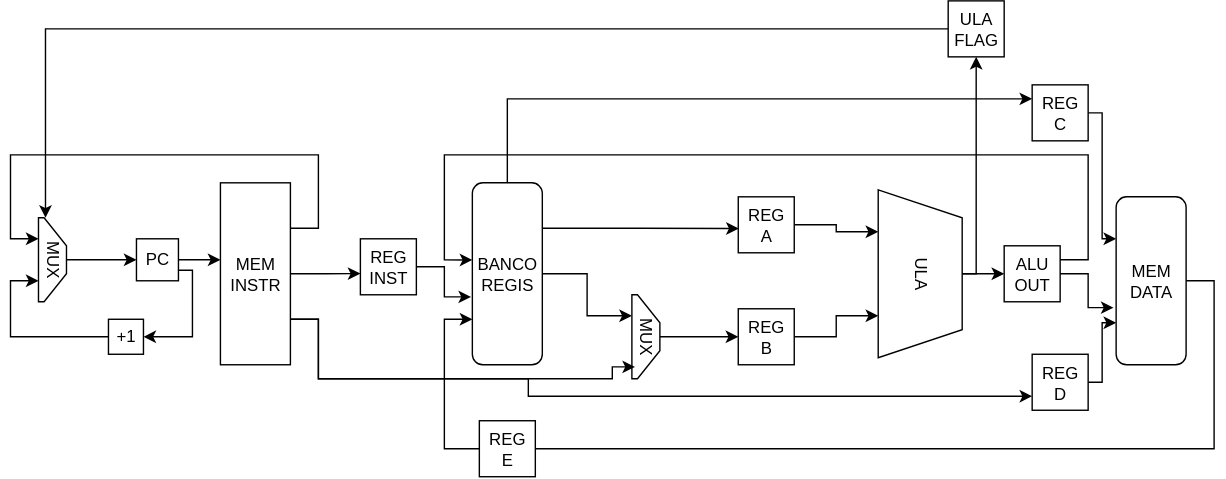
The draw.io diagram Diagrama-MIPS.svg in JoaoHenriquek/MIPS-16bits, before a commit. Source tidied: cells renumbered, new cells last; positions are measured from the earlier drawing's top-left corner, leaving out a move shared by most shapes. Source of this version:
```xml
<mxGraphModel>
  <root>
    <mxCell id="0" />
    <mxCell id="1" parent="0" />
    <mxCell id="2" style="edgeStyle=orthogonalEdgeStyle;rounded=0;jettySize=auto;html=1;exitX=1;exitY=0.75;exitDx=0;exitDy=0;entryX=1;entryY=0.5;entryDx=0;entryDy=0;" parent="1" edge="1" source="3" target="32">
      <mxGeometry relative="1" as="geometry">
        <Array as="points">
          <mxPoint x="130" y="193" />
          <mxPoint x="130" y="240" />
        </Array>
      </mxGeometry>
    </mxCell>
    <mxCell id="3" value="PC" style="whiteSpace=wrap;html=1;" parent="1" vertex="1">
      <mxGeometry x="90" y="170" width="30" height="30" as="geometry" />
    </mxCell>
    <mxCell id="4" style="edgeStyle=orthogonalEdgeStyle;rounded=0;jettySize=auto;html=1;exitX=1;exitY=0.25;exitDx=0;exitDy=0;entryX=0.25;entryY=1;entryDx=0;entryDy=0;" parent="1" edge="1" source="6" target="30">
      <mxGeometry relative="1" as="geometry">
        <Array as="points">
          <mxPoint x="220" y="163" />
          <mxPoint x="220" y="110" />
          <mxPoint y="110" />
          <mxPoint y="170" />
        </Array>
      </mxGeometry>
    </mxCell>
    <mxCell id="5" style="edgeStyle=orthogonalEdgeStyle;rounded=0;jettySize=auto;html=1;exitX=1;exitY=0.75;exitDx=0;exitDy=0;entryX=0;entryY=0.75;entryDx=0;entryDy=0;" parent="1" edge="1" source="6" target="36">
      <mxGeometry relative="1" as="geometry">
        <Array as="points">
          <mxPoint x="220" y="228" />
          <mxPoint x="220" y="270" />
          <mxPoint x="370" y="270" />
          <mxPoint x="370" y="282" />
        </Array>
      </mxGeometry>
    </mxCell>
    <mxCell id="6" value="MEM&lt;div&gt;INSTR&lt;/div&gt;" style="rounded=0;whiteSpace=wrap;html=1;" parent="1" vertex="1">
      <mxGeometry x="150" y="130" width="50" height="130" as="geometry" />
    </mxCell>
    <mxCell id="7" style="edgeStyle=orthogonalEdgeStyle;rounded=0;jettySize=auto;html=1;entryX=0.25;entryY=1;entryDx=0;entryDy=0;" parent="1" edge="1" source="9" target="11">
      <mxGeometry relative="1" as="geometry" />
    </mxCell>
    <mxCell id="8" style="edgeStyle=orthogonalEdgeStyle;rounded=0;jettySize=auto;html=1;entryX=0;entryY=0.25;entryDx=0;entryDy=0;" parent="1" edge="1" source="9" target="34">
      <mxGeometry relative="1" as="geometry">
        <Array as="points">
          <mxPoint x="355" y="70" />
        </Array>
      </mxGeometry>
    </mxCell>
    <mxCell id="9" value="BANCO&lt;div&gt;REGIS&lt;/div&gt;" style="rounded=1;whiteSpace=wrap;html=1;" parent="1" vertex="1">
      <mxGeometry x="330" y="130" width="50" height="130" as="geometry" />
    </mxCell>
    <mxCell id="10" style="edgeStyle=orthogonalEdgeStyle;rounded=0;jettySize=auto;html=1;exitX=0.5;exitY=0;exitDx=0;exitDy=0;entryX=0;entryY=0.5;entryDx=0;entryDy=0;" parent="1" edge="1" source="11" target="20">
      <mxGeometry relative="1" as="geometry" />
    </mxCell>
    <mxCell id="11" value="MUX" style="shape=loopLimit;whiteSpace=wrap;html=1;rotation=90;" parent="1" vertex="1">
      <mxGeometry x="424" y="230" width="60" height="20" as="geometry" />
    </mxCell>
    <mxCell id="12" value="REG&lt;div&gt;INST&lt;/div&gt;" style="whiteSpace=wrap;html=1;" parent="1" vertex="1">
      <mxGeometry x="250" y="170" width="40" height="40" as="geometry" />
    </mxCell>
    <mxCell id="13" style="edgeStyle=orthogonalEdgeStyle;rounded=0;jettySize=auto;html=1;exitX=1;exitY=0.5;exitDx=0;exitDy=0;entryX=0.001;entryY=0.621;entryDx=0;entryDy=0;entryPerimeter=0;" parent="1" edge="1" source="6" target="12">
      <mxGeometry relative="1" as="geometry" />
    </mxCell>
    <mxCell id="14" style="edgeStyle=orthogonalEdgeStyle;rounded=0;jettySize=auto;html=1;exitX=0.5;exitY=0;exitDx=0;exitDy=0;entryX=0;entryY=0.5;entryDx=0;entryDy=0;" parent="1" edge="1" source="16" target="21">
      <mxGeometry relative="1" as="geometry" />
    </mxCell>
    <mxCell id="15" style="edgeStyle=orthogonalEdgeStyle;rounded=0;jettySize=auto;html=1;exitX=0.5;exitY=0;exitDx=0;exitDy=0;entryX=0.5;entryY=1;entryDx=0;entryDy=0;" parent="1" edge="1" source="16" target="38">
      <mxGeometry relative="1" as="geometry">
        <Array as="points">
          <mxPoint x="690" y="195" />
        </Array>
      </mxGeometry>
    </mxCell>
    <mxCell id="16" value="ULA" style="shape=trapezoid;perimeter=trapezoidPerimeter;whiteSpace=wrap;html=1;fixedSize=1;rotation=90;" parent="1" vertex="1">
      <mxGeometry x="590" y="165" width="120" height="60" as="geometry" />
    </mxCell>
    <mxCell id="17" style="edgeStyle=orthogonalEdgeStyle;rounded=0;jettySize=auto;html=1;exitX=1;exitY=0.5;exitDx=0;exitDy=0;entryX=0.25;entryY=1;entryDx=0;entryDy=0;" parent="1" edge="1" source="18" target="16">
      <mxGeometry relative="1" as="geometry" />
    </mxCell>
    <mxCell id="18" value="REG&lt;div&gt;A&lt;/div&gt;" style="whiteSpace=wrap;html=1;" parent="1" vertex="1">
      <mxGeometry x="520" y="140" width="40" height="40" as="geometry" />
    </mxCell>
    <mxCell id="19" style="edgeStyle=orthogonalEdgeStyle;rounded=0;jettySize=auto;html=1;exitX=1;exitY=0.5;exitDx=0;exitDy=0;entryX=0.75;entryY=1;entryDx=0;entryDy=0;" parent="1" edge="1" source="20" target="16">
      <mxGeometry relative="1" as="geometry" />
    </mxCell>
    <mxCell id="20" value="REG&lt;div&gt;B&lt;/div&gt;" style="whiteSpace=wrap;html=1;" parent="1" vertex="1">
      <mxGeometry x="520" y="220" width="40" height="40" as="geometry" />
    </mxCell>
    <mxCell id="21" value="&lt;div&gt;ALU&lt;/div&gt;&lt;div&gt;OUT&lt;/div&gt;" style="whiteSpace=wrap;html=1;" parent="1" vertex="1">
      <mxGeometry x="710" y="175" width="40" height="40" as="geometry" />
    </mxCell>
    <mxCell id="22" style="edgeStyle=orthogonalEdgeStyle;rounded=0;jettySize=auto;html=1;exitX=1;exitY=0.5;exitDx=0;exitDy=0;entryX=0;entryY=0.75;entryDx=0;entryDy=0;" parent="1" edge="1" source="23" target="9">
      <mxGeometry relative="1" as="geometry">
        <Array as="points">
          <mxPoint x="860" y="200" />
          <mxPoint x="860" y="320" />
          <mxPoint x="310" y="320" />
          <mxPoint x="310" y="228" />
        </Array>
      </mxGeometry>
    </mxCell>
    <mxCell id="23" value="MEM&lt;div&gt;DATA&lt;/div&gt;" style="rounded=1;whiteSpace=wrap;html=1;" parent="1" vertex="1">
      <mxGeometry x="790" y="140" width="50" height="120" as="geometry" />
    </mxCell>
    <mxCell id="24" style="edgeStyle=orthogonalEdgeStyle;rounded=0;jettySize=auto;html=1;exitX=1;exitY=0.5;exitDx=0;exitDy=0;entryX=-0.018;entryY=0.627;entryDx=0;entryDy=0;entryPerimeter=0;" parent="1" edge="1" source="12" target="9">
      <mxGeometry relative="1" as="geometry" />
    </mxCell>
    <mxCell id="25" style="edgeStyle=orthogonalEdgeStyle;rounded=0;jettySize=auto;html=1;exitX=1;exitY=0.25;exitDx=0;exitDy=0;entryX=0;entryY=0.424;entryDx=0;entryDy=0;entryPerimeter=0;" parent="1" edge="1" source="21" target="9">
      <mxGeometry relative="1" as="geometry">
        <Array as="points">
          <mxPoint x="770" y="185" />
          <mxPoint x="770" y="110" />
          <mxPoint x="310" y="110" />
          <mxPoint x="310" y="185" />
        </Array>
      </mxGeometry>
    </mxCell>
    <mxCell id="26" style="edgeStyle=orthogonalEdgeStyle;rounded=0;jettySize=auto;html=1;exitX=1;exitY=0.5;exitDx=0;exitDy=0;entryX=0;entryY=0.423;entryDx=0;entryDy=0;entryPerimeter=0;" parent="1" edge="1" source="3" target="6">
      <mxGeometry relative="1" as="geometry" />
    </mxCell>
    <mxCell id="27" style="edgeStyle=orthogonalEdgeStyle;rounded=0;jettySize=auto;html=1;exitX=1;exitY=0.75;exitDx=0;exitDy=0;entryX=0.859;entryY=0.888;entryDx=0;entryDy=0;entryPerimeter=0;" parent="1" edge="1" source="6" target="11">
      <mxGeometry relative="1" as="geometry">
        <Array as="points">
          <mxPoint x="220" y="228" />
          <mxPoint x="220" y="270" />
          <mxPoint x="430" y="270" />
          <mxPoint x="430" y="262" />
        </Array>
      </mxGeometry>
    </mxCell>
    <mxCell id="28" style="edgeStyle=orthogonalEdgeStyle;rounded=0;jettySize=auto;html=1;entryX=-0.037;entryY=0.66;entryDx=0;entryDy=0;entryPerimeter=0;" parent="1" edge="1" source="21" target="23">
      <mxGeometry relative="1" as="geometry" />
    </mxCell>
    <mxCell id="29" style="edgeStyle=orthogonalEdgeStyle;rounded=0;jettySize=auto;html=1;exitX=0.5;exitY=0;exitDx=0;exitDy=0;entryX=0;entryY=0.5;entryDx=0;entryDy=0;" parent="1" edge="1" source="30" target="3">
      <mxGeometry relative="1" as="geometry" />
    </mxCell>
    <mxCell id="30" value="MUX" style="shape=loopLimit;whiteSpace=wrap;html=1;rotation=90;" parent="1" vertex="1">
      <mxGeometry y="175" width="60" height="20" as="geometry" />
    </mxCell>
    <mxCell id="31" style="edgeStyle=orthogonalEdgeStyle;rounded=0;jettySize=auto;html=1;exitX=0;exitY=0.5;exitDx=0;exitDy=0;entryX=0.75;entryY=1;entryDx=0;entryDy=0;" parent="1" edge="1" source="32" target="30">
      <mxGeometry relative="1" as="geometry" />
    </mxCell>
    <mxCell id="32" value="+1" style="whiteSpace=wrap;html=1;" parent="1" vertex="1">
      <mxGeometry x="70" y="227.5" width="25" height="25" as="geometry" />
    </mxCell>
    <mxCell id="33" style="edgeStyle=orthogonalEdgeStyle;rounded=0;jettySize=auto;html=1;exitX=1;exitY=0.5;exitDx=0;exitDy=0;entryX=0;entryY=0.25;entryDx=0;entryDy=0;" parent="1" edge="1" source="34" target="23">
      <mxGeometry relative="1" as="geometry">
        <Array as="points">
          <mxPoint x="780" y="80" />
          <mxPoint x="780" y="170" />
        </Array>
      </mxGeometry>
    </mxCell>
    <mxCell id="34" value="REG&lt;div&gt;C&lt;/div&gt;" style="whiteSpace=wrap;html=1;" parent="1" vertex="1">
      <mxGeometry x="730" y="60" width="40" height="40" as="geometry" />
    </mxCell>
    <mxCell id="35" style="edgeStyle=orthogonalEdgeStyle;rounded=0;jettySize=auto;html=1;exitX=1;exitY=0.5;exitDx=0;exitDy=0;entryX=0;entryY=0.75;entryDx=0;entryDy=0;" parent="1" edge="1" source="36" target="23">
      <mxGeometry relative="1" as="geometry">
        <Array as="points">
          <mxPoint x="780" y="273" />
          <mxPoint x="780" y="230" />
        </Array>
      </mxGeometry>
    </mxCell>
    <mxCell id="36" value="REG&lt;div&gt;D&lt;/div&gt;" style="whiteSpace=wrap;html=1;" parent="1" vertex="1">
      <mxGeometry x="730" y="252.5" width="40" height="40" as="geometry" />
    </mxCell>
    <mxCell id="37" style="edgeStyle=orthogonalEdgeStyle;rounded=0;jettySize=auto;html=1;exitX=0;exitY=0.5;exitDx=0;exitDy=0;entryX=0;entryY=0.75;entryDx=0;entryDy=0;" parent="1" edge="1" source="38" target="30">
      <mxGeometry relative="1" as="geometry" />
    </mxCell>
    <mxCell id="38" value="ULA&lt;div&gt;FLAG&lt;/div&gt;" style="whiteSpace=wrap;html=1;" parent="1" vertex="1">
      <mxGeometry x="670" width="40" height="40" as="geometry" />
    </mxCell>
    <mxCell id="39" value="REG&lt;div&gt;E&lt;/div&gt;" style="whiteSpace=wrap;html=1;" parent="1" vertex="1">
      <mxGeometry x="335" y="300" width="40" height="40" as="geometry" />
    </mxCell>
    <mxCell id="40" style="edgeStyle=orthogonalEdgeStyle;rounded=0;jettySize=auto;html=1;exitX=1;exitY=0.25;exitDx=0;exitDy=0;entryX=0.008;entryY=0.567;entryDx=0;entryDy=0;entryPerimeter=0;" parent="1" edge="1" source="9" target="18">
      <mxGeometry relative="1" as="geometry" />
    </mxCell>
  </root>
</mxGraphModel>
```
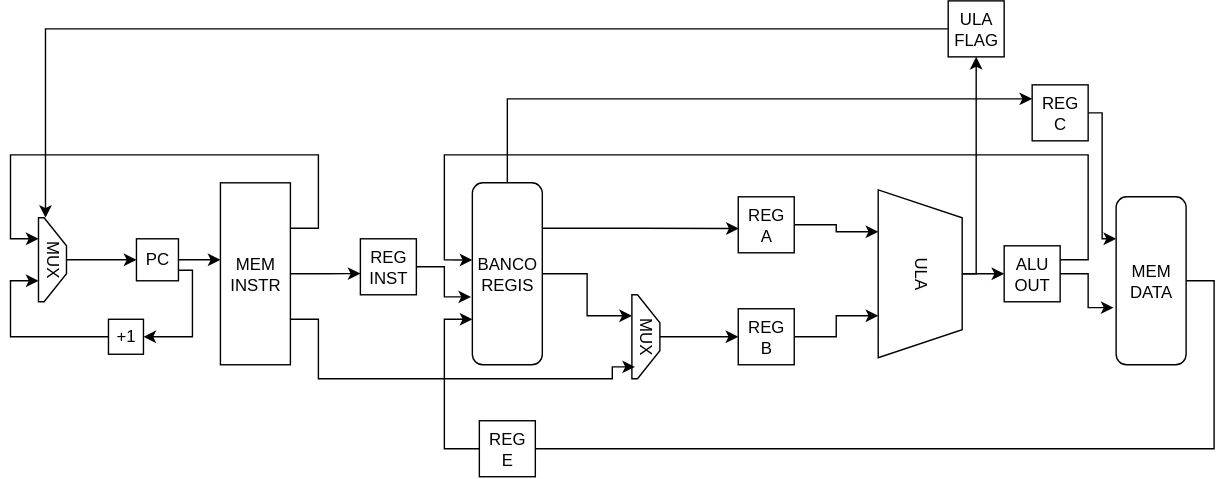
Above is the later version.

Commit message:
tirei do diagrama um registrador D (nao foi utilizado)

Diff of the diagram source:
```diff
@@ -23,16 +23,6 @@
         </Array>
       </mxGeometry>
     </mxCell>
-    <mxCell id="5" style="edgeStyle=orthogonalEdgeStyle;rounded=0;jettySize=auto;html=1;exitX=1;exitY=0.75;exitDx=0;exitDy=0;entryX=0;entryY=0.75;entryDx=0;entryDy=0;" parent="1" edge="1" source="6" target="36">
-      <mxGeometry relative="1" as="geometry">
-        <Array as="points">
-          <mxPoint x="220" y="228" />
-          <mxPoint x="220" y="270" />
-          <mxPoint x="370" y="270" />
-          <mxPoint x="370" y="282" />
-        </Array>
-      </mxGeometry>
-    </mxCell>
     <mxCell id="6" value="MEM&lt;div&gt;INSTR&lt;/div&gt;" style="rounded=0;whiteSpace=wrap;html=1;" parent="1" vertex="1">
       <mxGeometry x="150" y="130" width="50" height="130" as="geometry" />
     </mxCell>
@@ -154,17 +144,6 @@
     <mxCell id="34" value="REG&lt;div&gt;C&lt;/div&gt;" style="whiteSpace=wrap;html=1;" parent="1" vertex="1">
       <mxGeometry x="730" y="60" width="40" height="40" as="geometry" />
     </mxCell>
-    <mxCell id="35" style="edgeStyle=orthogonalEdgeStyle;rounded=0;jettySize=auto;html=1;exitX=1;exitY=0.5;exitDx=0;exitDy=0;entryX=0;entryY=0.75;entryDx=0;entryDy=0;" parent="1" edge="1" source="36" target="23">
-      <mxGeometry relative="1" as="geometry">
-        <Array as="points">
-          <mxPoint x="780" y="273" />
-          <mxPoint x="780" y="230" />
-        </Array>
-      </mxGeometry>
-    </mxCell>
-    <mxCell id="36" value="REG&lt;div&gt;D&lt;/div&gt;" style="whiteSpace=wrap;html=1;" parent="1" vertex="1">
-      <mxGeometry x="730" y="252.5" width="40" height="40" as="geometry" />
-    </mxCell>
     <mxCell id="37" style="edgeStyle=orthogonalEdgeStyle;rounded=0;jettySize=auto;html=1;exitX=0;exitY=0.5;exitDx=0;exitDy=0;entryX=0;entryY=0.75;entryDx=0;entryDy=0;" parent="1" edge="1" source="38" target="30">
       <mxGeometry relative="1" as="geometry" />
     </mxCell>
```
